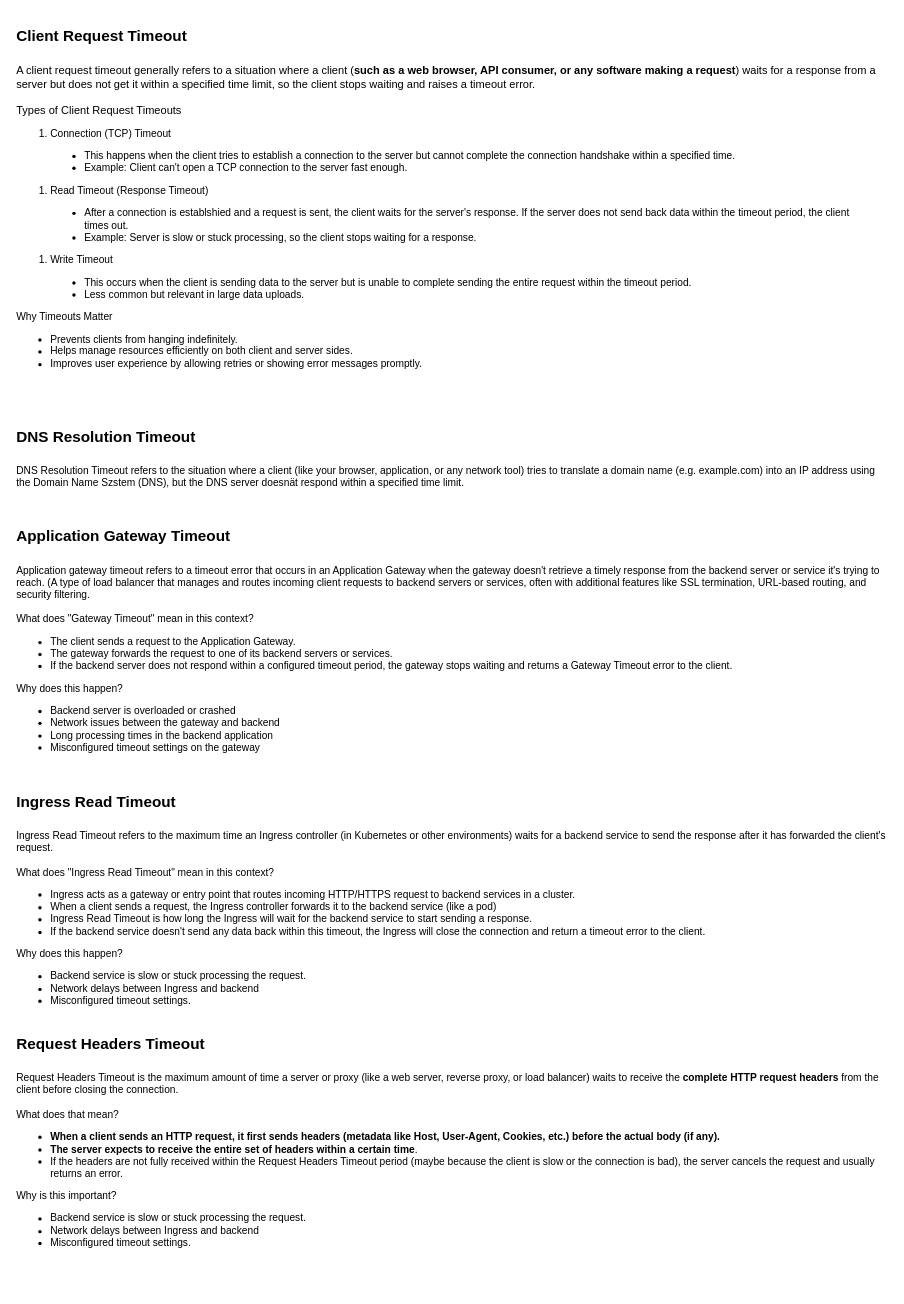
Earlier version of the draw.io diagram Web.drawio (tyk1hc/drawio). Source tidied: cells renumbered, new cells numbered last; positions are measured from the earlier drawing's top-left corner, leaving out a move shared by most shapes. Both pictures are drawn from the tidied source at 85%, with x=0, y=0 at pixel (14, 14).
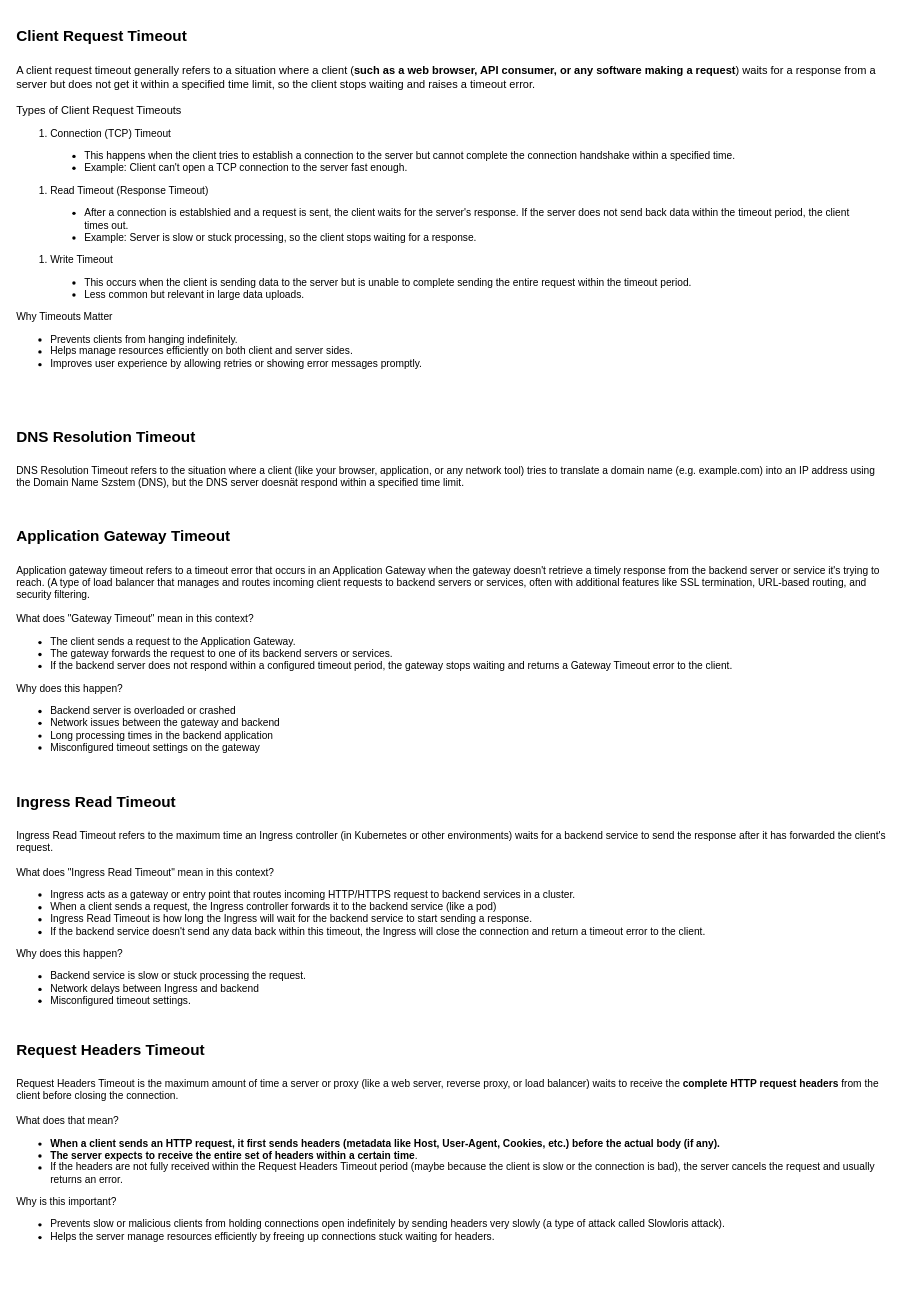
The same page after the edit.

What changed in the source:
```diff
@@
 <mxGraphModel>
   <root>
     <mxCell id="0" />
     <mxCell id="1" parent="0" />
     <mxCell id="2" value="&lt;div&gt;&lt;b&gt;&lt;font style=&quot;font-size: 18px;&quot;&gt;Client Request Timeout&lt;/font&gt;&lt;/b&gt;&lt;/div&gt;&lt;div&gt;&lt;b&gt;&lt;font style=&quot;font-size: 18px;&quot;&gt;&lt;br&gt;&lt;/font&gt;&lt;/b&gt;&lt;/div&gt;&lt;div&gt;&lt;font style=&quot;font-size: 13px;&quot;&gt;A client request timeout generally refers to a situation where a client (&lt;b&gt;such as a web browser, API consumer, or any software making a request&lt;/b&gt;) waits for a response from a server but does not&amp;nbsp;get it within a specified time limit, so the client stops waiting and raises a timeout error.&lt;/font&gt;&lt;/div&gt;&lt;div&gt;&lt;font style=&quot;font-size: 13px;&quot;&gt;&lt;br&gt;&lt;/font&gt;&lt;/div&gt;&lt;div&gt;&lt;font style=&quot;font-size: 13px;&quot;&gt;Types of Client Request Timeouts&amp;nbsp;&lt;/font&gt;&lt;/div&gt;&lt;div&gt;&lt;ol&gt;&lt;li&gt;Connection (TCP) Timeout&amp;nbsp;&lt;/li&gt;&lt;/ol&gt;&lt;blockquote&gt;&lt;ul&gt;&lt;li&gt;This happens when the client tries to establish a connection to the server but cannot complete the connection handshake within a specified time.&lt;/li&gt;&lt;li&gt;Example: Client can't open a TCP connection to the server fast enough.&lt;/li&gt;&lt;/ul&gt;&lt;/blockquote&gt;&lt;ol&gt;&lt;li&gt;Read Timeout (Response Timeout)&lt;/li&gt;&lt;/ol&gt;&lt;blockquote&gt;&lt;ul&gt;&lt;li&gt;After a connection is establshied and a request is sent, the client waits for the server's response. If the server does not send back data within the timeout period, the client times out.&lt;/li&gt;&lt;li&gt;Example: Server is slow or stuck processing, so the client stops waiting for a response.&lt;/li&gt;&lt;/ul&gt;&lt;/blockquote&gt;&lt;ol&gt;&lt;li&gt;Write Timeout&amp;nbsp;&lt;/li&gt;&lt;/ol&gt;&lt;blockquote&gt;&lt;ul&gt;&lt;li&gt;This occurs when the client is sending data to the server but is unable to complete sending the entire request within the timeout period.&lt;/li&gt;&lt;li&gt;Less common but relevant in large data uploads.&lt;/li&gt;&lt;/ul&gt;&lt;/blockquote&gt;&lt;div&gt;Why Timeouts Matter&amp;nbsp;&lt;/div&gt;&lt;div&gt;&lt;ul&gt;&lt;li&gt;Prevents clients from hanging indefinitely.&lt;/li&gt;&lt;li&gt;Helps manage resources efficiently on both client and server sides.&lt;/li&gt;&lt;li&gt;Improves user experience by allowing retries or showing error messages promptly.&lt;/li&gt;&lt;/ul&gt;&lt;/div&gt;&lt;/div&gt;&lt;div&gt;&lt;font&gt;&lt;br&gt;&lt;/font&gt;&lt;/div&gt;&lt;div&gt;&lt;b&gt;&lt;font style=&quot;font-size: 18px;&quot;&gt;&lt;br&gt;&lt;/font&gt;&lt;/b&gt;&lt;/div&gt;" style="text;html=1;whiteSpace=wrap;strokeColor=none;fillColor=none;align=left;verticalAlign=middle;rounded=0;" parent="1" vertex="1">
       <mxGeometry width="1030" height="480" as="geometry" />
     </mxCell>
     <mxCell id="3" value="&lt;div&gt;&lt;b&gt;&lt;font style=&quot;font-size: 18px;&quot;&gt;DNS Resolution Timeout&amp;nbsp;&lt;/font&gt;&lt;/b&gt;&lt;/div&gt;&lt;div&gt;&lt;b&gt;&lt;font style=&quot;font-size: 18px;&quot;&gt;&amp;nbsp;&lt;/font&gt;&lt;/b&gt;&lt;/div&gt;&lt;div&gt;DNS Resolution Timeout refers to the situation where a client (like your browser, application, or any network tool) tries to translate a domain name (e.g. example.com) into an IP address using&lt;/div&gt;&lt;div&gt;the Domain Name Szstem (DNS), but the DNS server doesnät respond within a specified time limit.&lt;/div&gt;&lt;div&gt;&lt;font&gt;&lt;br&gt;&lt;/font&gt;&lt;/div&gt;&lt;div&gt;&lt;b&gt;&lt;font style=&quot;font-size: 18px;&quot;&gt;&lt;br&gt;&lt;/font&gt;&lt;/b&gt;&lt;/div&gt;" style="text;html=1;whiteSpace=wrap;strokeColor=none;fillColor=none;align=left;verticalAlign=middle;rounded=0;" parent="1" vertex="1">
       <mxGeometry y="480" width="1030" height="120" as="geometry" />
     </mxCell>
     <mxCell id="4" value="&lt;div&gt;&lt;b&gt;&lt;font style=&quot;font-size: 18px;&quot;&gt;Application Gateway Timeout&lt;/font&gt;&lt;/b&gt;&lt;/div&gt;&lt;div&gt;&lt;b&gt;&lt;font style=&quot;font-size: 18px;&quot;&gt;&amp;nbsp;&lt;/font&gt;&lt;/b&gt;&lt;/div&gt;&lt;div&gt;Application gateway timeout refers to a timeout error that occurs in an Application Gateway when the gateway doesn't retrieve a timely response from the backend server or service it's trying to reach. (A type of load balancer that manages and routes incoming client requests to backend servers or services, often with additional features like SSL termination, URL-based routing, and security filtering.&lt;/div&gt;&lt;div&gt;&lt;br&gt;&lt;/div&gt;&lt;div&gt;What does &quot;Gateway Timeout&quot; mean in this context?&lt;/div&gt;&lt;div&gt;&lt;ul&gt;&lt;li&gt;The client sends a request to the Application Gateway.&lt;/li&gt;&lt;li&gt;The gateway forwards the request to one of its backend servers or services.&lt;/li&gt;&lt;li&gt;If the backend server does not respond within a configured timeout period, the gateway stops waiting and returns a Gateway Timeout error to the client.&lt;/li&gt;&lt;/ul&gt;&lt;div&gt;Why does this happen?&lt;/div&gt;&lt;div&gt;&lt;ul&gt;&lt;li&gt;Backend server is overloaded or crashed&lt;/li&gt;&lt;li&gt;Network issues between the gateway and backend&amp;nbsp;&lt;/li&gt;&lt;li&gt;Long processing times in the backend application&amp;nbsp;&lt;/li&gt;&lt;li&gt;Misconfigured timeout settings on the gateway&lt;/li&gt;&lt;/ul&gt;&lt;/div&gt;&lt;/div&gt;&lt;div&gt;&lt;font&gt;&lt;br&gt;&lt;/font&gt;&lt;/div&gt;&lt;div&gt;&lt;b&gt;&lt;font style=&quot;font-size: 18px;&quot;&gt;&lt;br&gt;&lt;/font&gt;&lt;/b&gt;&lt;/div&gt;" style="text;html=1;whiteSpace=wrap;strokeColor=none;fillColor=none;align=left;verticalAlign=middle;rounded=0;" parent="1" vertex="1">
       <mxGeometry y="600" width="1030" height="320" as="geometry" />
     </mxCell>
     <mxCell id="5" value="&lt;div&gt;&lt;b&gt;&lt;font style=&quot;font-size: 18px;&quot;&gt;Ingress Read Timeout&lt;/font&gt;&lt;/b&gt;&lt;/div&gt;&lt;div&gt;&lt;b&gt;&lt;font style=&quot;font-size: 18px;&quot;&gt;&amp;nbsp;&lt;/font&gt;&lt;/b&gt;&lt;/div&gt;&lt;div&gt;Ingress Read Timeout refers to the maximum time an Ingress controller (in Kubernetes or other environments) waits for a backend service to send the response after it has forwarded the client's request.&lt;/div&gt;&lt;div&gt;&lt;br&gt;&lt;/div&gt;&lt;div&gt;What does &quot;Ingress Read Timeout&quot; mean in this context?&lt;/div&gt;&lt;div&gt;&lt;ul&gt;&lt;li&gt;Ingress acts as a gateway or entry point that routes incoming HTTP/HTTPS request to backend services in a cluster.&lt;/li&gt;&lt;li&gt;When a client sends a request, the Ingress controller forwards it to the backend service (like a pod)&lt;/li&gt;&lt;li&gt;Ingress Read Timeout is how long the Ingress will wait for the backend service to start sending a response.&lt;/li&gt;&lt;li&gt;If the backend service doesn't send any data back within this timeout, the Ingress will close the connection and return a timeout error to the client.&lt;/li&gt;&lt;/ul&gt;&lt;div&gt;Why does this happen?&lt;/div&gt;&lt;div&gt;&lt;ul&gt;&lt;li&gt;Backend service is slow or stuck processing the request.&lt;/li&gt;&lt;li&gt;Network delays between Ingress and backend&lt;/li&gt;&lt;li&gt;Misconfigured timeout settings.&lt;/li&gt;&lt;/ul&gt;&lt;/div&gt;&lt;/div&gt;&lt;div&gt;&lt;font&gt;&lt;br&gt;&lt;/font&gt;&lt;/div&gt;&lt;div&gt;&lt;b&gt;&lt;font style=&quot;font-size: 18px;&quot;&gt;&lt;br&gt;&lt;/font&gt;&lt;/b&gt;&lt;/div&gt;" style="text;html=1;whiteSpace=wrap;strokeColor=none;fillColor=none;align=left;verticalAlign=middle;rounded=0;" parent="1" vertex="1">
       <mxGeometry y="920" width="1030" height="290" as="geometry" />
     </mxCell>
-    <mxCell id="6" value="&lt;div&gt;&lt;b&gt;&lt;font style=&quot;font-size: 18px;&quot;&gt;Request Headers Timeout&lt;/font&gt;&lt;/b&gt;&lt;/div&gt;&lt;div&gt;&lt;b&gt;&lt;font style=&quot;font-size: 18px;&quot;&gt;&amp;nbsp;&lt;/font&gt;&lt;/b&gt;&lt;/div&gt;&lt;div&gt;Request Headers Timeout is the maximum amount of time a server or proxy (like a web server, reverse proxy, or load balancer) waits to receive the &lt;b&gt;complete HTTP request headers&lt;/b&gt; from the client before closing the connection.&lt;/div&gt;&lt;div&gt;&lt;br&gt;&lt;/div&gt;&lt;div&gt;What does that mean?&lt;/div&gt;&lt;div&gt;&lt;ul&gt;&lt;li&gt;&lt;b&gt;When a client sends an HTTP request, it first sends headers (metadata like Host, User-Agent, Cookies, etc.) before the actual body (if any).&lt;/b&gt;&lt;/li&gt;&lt;li&gt;&lt;b&gt;The server expects to receive the entire set of headers within a certain time&lt;/b&gt;.&lt;/li&gt;&lt;li&gt;If the headers are not fully received within the Request Headers Timeout period (maybe because the client is slow or the connection is bad), the server cancels the request and usually returns an error.&lt;/li&gt;&lt;/ul&gt;&lt;div&gt;Why is this important?&lt;/div&gt;&lt;div&gt;&lt;ul&gt;&lt;li&gt;Backend service is slow or stuck processing the request.&lt;/li&gt;&lt;li&gt;Network delays between Ingress and backend&lt;/li&gt;&lt;li&gt;Misconfigured timeout settings.&lt;/li&gt;&lt;/ul&gt;&lt;/div&gt;&lt;/div&gt;&lt;div&gt;&lt;font&gt;&lt;br&gt;&lt;/font&gt;&lt;/div&gt;&lt;div&gt;&lt;b&gt;&lt;font style=&quot;font-size: 18px;&quot;&gt;&lt;br&gt;&lt;/font&gt;&lt;/b&gt;&lt;/div&gt;" style="text;html=1;whiteSpace=wrap;strokeColor=none;fillColor=none;align=left;verticalAlign=middle;rounded=0;" parent="1" vertex="1">
+    <mxCell id="6" value="&lt;div&gt;&lt;b&gt;&lt;font style=&quot;font-size: 18px;&quot;&gt;Request Headers Timeout&lt;/font&gt;&lt;/b&gt;&lt;/div&gt;&lt;div&gt;&lt;b&gt;&lt;font style=&quot;font-size: 18px;&quot;&gt;&amp;nbsp;&lt;/font&gt;&lt;/b&gt;&lt;/div&gt;&lt;div&gt;Request Headers Timeout is the maximum amount of time a server or proxy (like a web server, reverse proxy, or load balancer) waits to receive the &lt;b&gt;complete HTTP request headers&lt;/b&gt; from the client before closing the connection.&lt;/div&gt;&lt;div&gt;&lt;br&gt;&lt;/div&gt;&lt;div&gt;What does that mean?&lt;/div&gt;&lt;div&gt;&lt;ul&gt;&lt;li&gt;&lt;b&gt;When a client sends an HTTP request, it first sends headers (metadata like Host, User-Agent, Cookies, etc.) before the actual body (if any).&lt;/b&gt;&lt;/li&gt;&lt;li&gt;&lt;b&gt;The server expects to receive the entire set of headers within a certain time&lt;/b&gt;.&lt;/li&gt;&lt;li&gt;If the headers are not fully received within the Request Headers Timeout period (maybe because the client is slow or the connection is bad), the server cancels the request and usually returns an error.&lt;/li&gt;&lt;/ul&gt;&lt;div&gt;Why is this important?&lt;/div&gt;&lt;div&gt;&lt;ul&gt;&lt;li&gt;Prevents slow or malicious clients from holding connections open indefinitely by sending headers very slowly (a type of attack called Slowloris attack).&lt;/li&gt;&lt;li&gt;Helps the server manage resources efficiently by freeing up connections stuck waiting for headers.&lt;/li&gt;&lt;/ul&gt;&lt;/div&gt;&lt;/div&gt;&lt;div&gt;&lt;font&gt;&lt;br&gt;&lt;/font&gt;&lt;/div&gt;&lt;div&gt;&lt;b&gt;&lt;font style=&quot;font-size: 18px;&quot;&gt;&lt;br&gt;&lt;/font&gt;&lt;/b&gt;&lt;/div&gt;" style="text;html=1;whiteSpace=wrap;strokeColor=none;fillColor=none;align=left;verticalAlign=middle;rounded=0;" parent="1" vertex="1">
       <mxGeometry y="1200" width="1030" height="300" as="geometry" />
     </mxCell>
   </root>
 </mxGraphModel>
```
